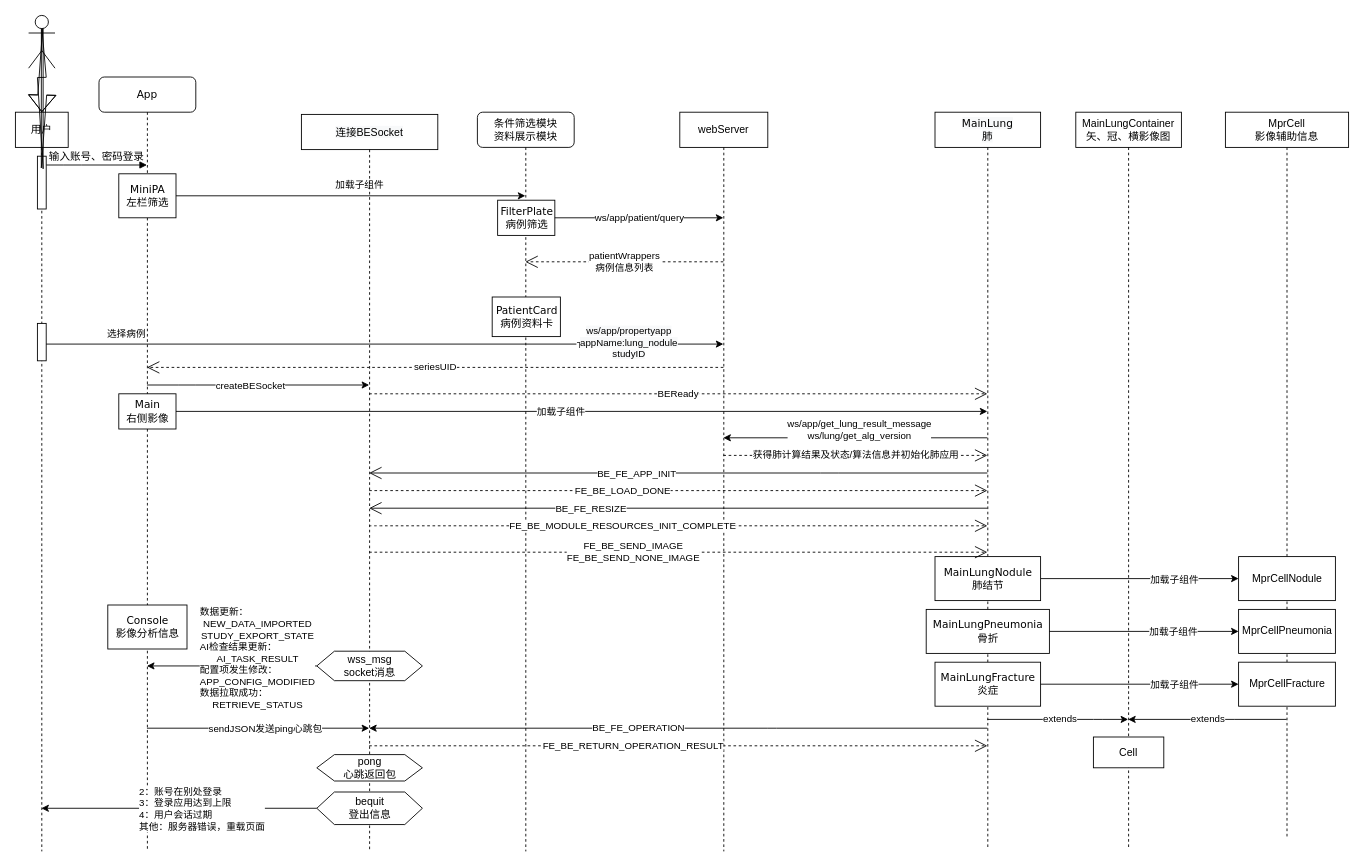
Above: Untitled Diagram.drawio in xingshijun/myBlog (draw.io), before the change. Source tidied: cells renumbered, new cells numbered last; positions are measured from the earlier drawing's top-left corner, leaving out a move shared by most shapes. Both pictures are drawn from the tidied source at 88%, with x=0, y=0 at pixel (15, 15).
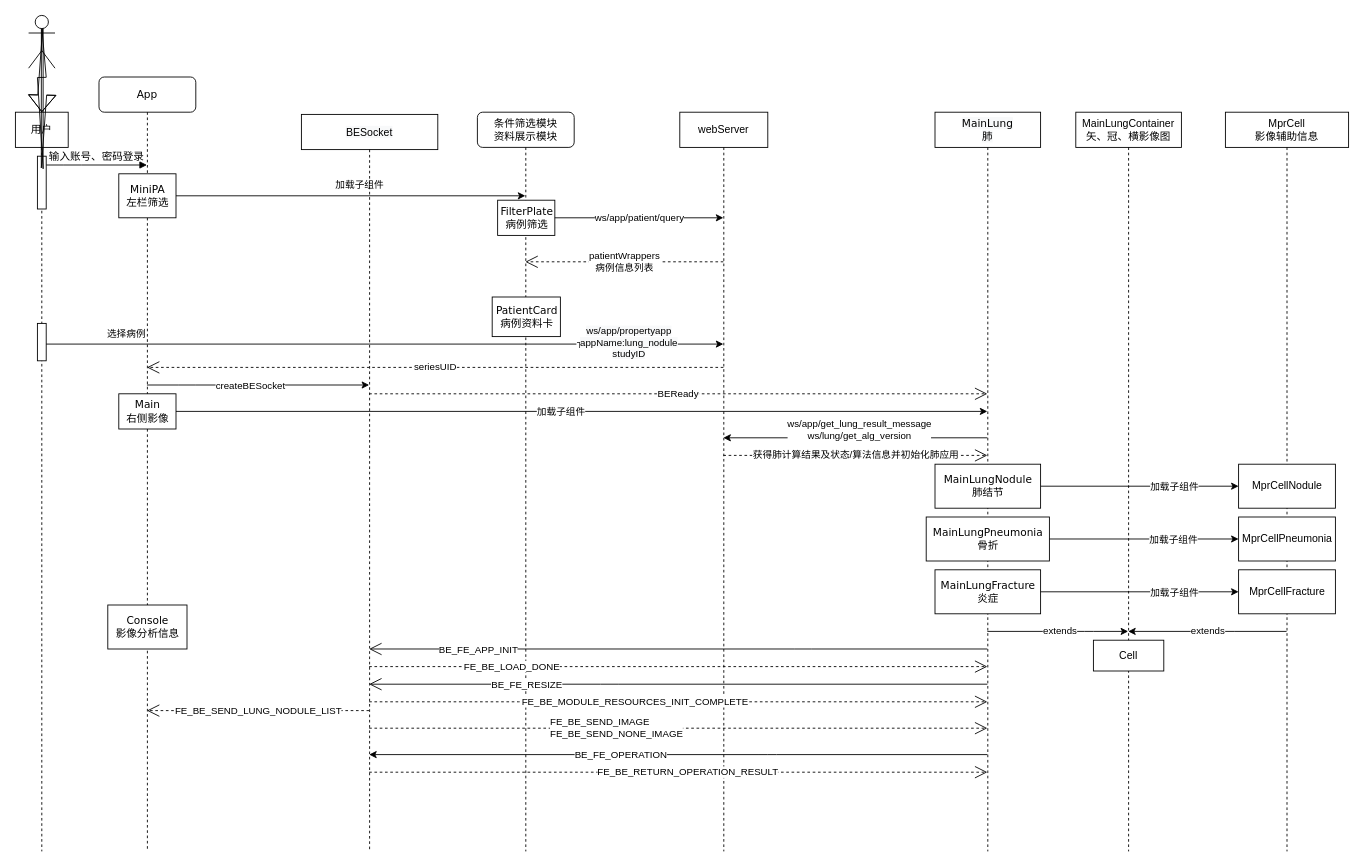
The same page after the edit.

Unchanged cells that the change refers to:
```xml
<mxCell id="5" value="App" style="shape=umlLifeline;perimeter=lifelinePerimeter;whiteSpace=wrap;html=1;outlineConnect=0;rounded=1;shadow=0;comic=0;labelBackgroundColor=none;strokeWidth=1;fontFamily=Verdana;fontSize=12;align=center;" parent="1" vertex="1">
  <mxGeometry x="95" y="70" width="110" height="880" as="geometry" />
</mxCell>
<mxCell id="39" value="用户" style="shape=umlLifeline;perimeter=lifelinePerimeter;whiteSpace=wrap;html=1;outlineConnect=0;" parent="1" vertex="1">
  <mxGeometry y="110" width="60" height="840" as="geometry" />
</mxCell>
```

Diff of the diagram source:
```diff
@@
     <mxCell id="13" value="extends" style="endArrow=classic;html=1;" parent="1" edge="1" source="30" target="28">
       <mxGeometry x="0.01" relative="1" as="geometry">
         <Array as="points">
-          <mxPoint x="1235" y="800" />
+          <mxPoint x="1215" y="700" />
         </Array>
         <mxPoint x="1" as="offset" />
       </mxGeometry>
     </mxCell>
@@
-    <mxCell id="18" style="endArrow=classic;html=1;" parent="1" edge="1" source="36" target="39">
-      <mxGeometry relative="1" as="geometry" />
-    </mxCell>
-    <mxCell id="19" value="&lt;div style=&quot;text-align: left&quot;&gt;2：账号在别处登录&lt;/div&gt;&lt;div style=&quot;text-align: left&quot;&gt;3：登录应用达到上限&lt;/div&gt;&lt;div style=&quot;text-align: left&quot;&gt;4：用户会话过期&lt;/div&gt;&lt;div style=&quot;text-align: left&quot;&gt;其他：服务器错误，重载页面&lt;/div&gt;" style="edgeLabel;html=1;align=center;verticalAlign=middle;" parent="18" vertex="1">
-      <mxGeometry x="-0.28" relative="1" as="geometry">
-        <mxPoint x="-18" as="offset" />
-      </mxGeometry>
-    </mxCell>
-    <mxCell id="20" style="endArrow=classic;html=1;" parent="1" edge="1" source="38" target="5">
-      <mxGeometry relative="1" as="geometry" />
-    </mxCell>
-    <mxCell id="21" value="&lt;div style=&quot;text-align: left&quot;&gt;数据更新：&lt;/div&gt;NEW_DATA_IMPORTED&lt;br&gt;&lt;span style=&quot;font-size: 11px&quot;&gt;STUDY_EXPORT_STATE&lt;br&gt;&lt;div style=&quot;text-align: left&quot;&gt;AI检查结果更新：&lt;/div&gt;&lt;/span&gt;AI_TASK_RESULT&lt;br&gt;&lt;div style=&quot;text-align: left&quot;&gt;配置项发生修改：&lt;/div&gt;&lt;div&gt;&lt;span style=&quot;font-size: 11px&quot;&gt;APP_CONFIG_MODIFIED&lt;/span&gt;&lt;br&gt;&lt;/div&gt;&lt;div style=&quot;text-align: left&quot;&gt;&lt;span style=&quot;font-size: 11px&quot;&gt;数据拉取成功：&lt;/span&gt;&lt;/div&gt;&lt;div&gt;&lt;span style=&quot;font-size: 11px&quot;&gt;RETRIEVE_STATUS&lt;/span&gt;&lt;br&gt;&lt;/div&gt;" style="edgeLabel;html=1;align=center;verticalAlign=middle;" parent="20" vertex="1">
-      <mxGeometry x="-0.21" y="1" relative="1" as="geometry">
-        <mxPoint x="8" y="-10" as="offset" />
-      </mxGeometry>
-    </mxCell>
@@
     <mxCell id="24" value="MprCell&lt;br&gt;影像辅助信息" style="shape=umlLifeline;perimeter=lifelinePerimeter;whiteSpace=wrap;html=1;outlineConnect=0;" parent="1" vertex="1">
-      <mxGeometry x="1375" y="110" width="140" height="825" as="geometry" />
+      <mxGeometry x="1375" y="110" width="140" height="840" as="geometry" />
     </mxCell>
     <mxCell id="25" value="MprCellNodule" style="html=1;" parent="24" vertex="1">
-      <mxGeometry x="15" y="505" width="110" height="50" as="geometry" />
+      <mxGeometry x="15" y="400" width="110" height="50" as="geometry" />
     </mxCell>
     <mxCell id="26" value="MprCellFracture" style="html=1;" parent="24" vertex="1">
-      <mxGeometry x="15" y="625" width="110" height="50" as="geometry" />
+      <mxGeometry x="15" y="520" width="110" height="50" as="geometry" />
     </mxCell>
     <mxCell id="27" value="MprCellPneumonia" style="html=1;" parent="24" vertex="1">
-      <mxGeometry x="15" y="565" width="110" height="50" as="geometry" />
+      <mxGeometry x="15" y="460" width="110" height="50" as="geometry" />
     </mxCell>
     <mxCell id="28" value="&lt;span style=&quot;font-family: &amp;#34;helvetica&amp;#34;&quot;&gt;MainLungContainer&lt;br&gt;&lt;/span&gt;矢、冠、横影像图" style="shape=umlLifeline;perimeter=lifelinePerimeter;whiteSpace=wrap;html=1;outlineConnect=0;" parent="1" vertex="1">
-      <mxGeometry x="1205" y="110" width="120" height="835" as="geometry" />
+      <mxGeometry x="1205" y="110" width="120" height="840" as="geometry" />
     </mxCell>
     <mxCell id="29" value="Cell" style="rounded=0;whiteSpace=wrap;html=1;" parent="28" vertex="1">
-      <mxGeometry x="20" y="710" width="80" height="35" as="geometry" />
+      <mxGeometry x="20" y="600" width="80" height="35" as="geometry" />
     </mxCell>
     <mxCell id="30" value="&#10;&#10;&lt;span style=&quot;color: rgb(0, 0, 0); font-family: verdana; font-size: 12px; font-style: normal; font-weight: 400; letter-spacing: normal; text-align: center; text-indent: 0px; text-transform: none; word-spacing: 0px; background-color: rgb(248, 249, 250); display: inline; float: none;&quot;&gt;MainLung&lt;/span&gt;&lt;br style=&quot;color: rgb(0, 0, 0); font-family: verdana; font-size: 12px; font-style: normal; font-weight: 400; letter-spacing: normal; text-align: center; text-indent: 0px; text-transform: none; word-spacing: 0px; background-color: rgb(248, 249, 250);&quot;&gt;&lt;span style=&quot;color: rgb(0, 0, 0); font-family: verdana; font-size: 12px; font-style: normal; font-weight: 400; letter-spacing: normal; text-align: center; text-indent: 0px; text-transform: none; word-spacing: 0px; background-color: rgb(248, 249, 250); display: inline; float: none;&quot;&gt;肺&lt;/span&gt;&#10;&#10;" style="shape=umlLifeline;perimeter=lifelinePerimeter;whiteSpace=wrap;html=1;outlineConnect=0;" parent="1" vertex="1">
-      <mxGeometry x="1045" y="110" width="120" height="835" as="geometry" />
+      <mxGeometry x="1045" y="110" width="120" height="840" as="geometry" />
     </mxCell>
     <mxCell id="31" value="MainLungNodule&lt;br&gt;肺结节" style="html=1;points=[];perimeter=orthogonalPerimeter;rounded=0;shadow=0;comic=0;labelBackgroundColor=none;strokeWidth=1;fontFamily=Verdana;fontSize=12;align=center;" parent="30" vertex="1">
-      <mxGeometry y="505" width="120" height="50" as="geometry" />
+      <mxGeometry y="400" width="120" height="50" as="geometry" />
     </mxCell>
     <mxCell id="32" value="MainLungPneumonia&lt;br&gt;骨折" style="html=1;points=[];perimeter=orthogonalPerimeter;rounded=0;shadow=0;comic=0;labelBackgroundColor=none;strokeWidth=1;fontFamily=Verdana;fontSize=12;align=center;" parent="30" vertex="1">
-      <mxGeometry x="-10" y="565" width="140" height="50" as="geometry" />
+      <mxGeometry x="-10" y="460" width="140" height="50" as="geometry" />
     </mxCell>
     <mxCell id="33" value="MainLungFracture&lt;br&gt;炎症" style="html=1;points=[];perimeter=orthogonalPerimeter;rounded=0;shadow=0;comic=0;labelBackgroundColor=none;strokeWidth=1;fontFamily=Verdana;fontSize=12;align=center;" parent="30" vertex="1">
-      <mxGeometry y="625" width="120" height="50" as="geometry" />
+      <mxGeometry y="520" width="120" height="50" as="geometry" />
     </mxCell>
@@
-    <mxCell id="35" value="&lt;span style=&quot;color: rgb(0 , 0 , 0) ; font-family: &amp;#34;helvetica&amp;#34; ; font-size: 12px ; font-style: normal ; font-weight: 400 ; letter-spacing: normal ; text-align: center ; text-indent: 0px ; text-transform: none ; word-spacing: 0px ; background-color: rgb(248 , 249 , 250) ; display: inline ; float: none&quot;&gt;连接BESocket&lt;/span&gt;" style="shape=umlLifeline;perimeter=lifelinePerimeter;whiteSpace=wrap;html=1;outlineConnect=0;" parent="1" vertex="1">
+    <mxCell id="35" value="&lt;span style=&quot;color: rgb(0 , 0 , 0) ; font-family: &amp;#34;helvetica&amp;#34; ; font-size: 12px ; font-style: normal ; font-weight: 400 ; letter-spacing: normal ; text-align: center ; text-indent: 0px ; text-transform: none ; word-spacing: 0px ; background-color: rgb(248 , 249 , 250) ; display: inline ; float: none&quot;&gt;BESocket&lt;/span&gt;" style="shape=umlLifeline;perimeter=lifelinePerimeter;whiteSpace=wrap;html=1;outlineConnect=0;" parent="1" vertex="1">
       <mxGeometry x="325" y="112.5" width="155" height="837.5" as="geometry" />
     </mxCell>
-    <mxCell id="36" value="bequit&lt;br&gt;登出信息" style="shape=hexagon;perimeter=hexagonPerimeter2;whiteSpace=wrap;html=1;fixedSize=1;" parent="35" vertex="1">
-      <mxGeometry x="17.5" y="770" width="120" height="37" as="geometry" />
-    </mxCell>
-    <mxCell id="37" value="pong&lt;br&gt;心跳返回包" style="shape=hexagon;perimeter=hexagonPerimeter2;whiteSpace=wrap;html=1;fixedSize=1;" parent="35" vertex="1">
-      <mxGeometry x="17.5" y="727.5" width="120" height="30" as="geometry" />
-    </mxCell>
-    <mxCell id="38" value="wss_msg&lt;br&gt;socket消息" style="shape=hexagon;perimeter=hexagonPerimeter2;whiteSpace=wrap;html=1;fixedSize=1;" parent="35" vertex="1">
-      <mxGeometry x="17.5" y="610" width="120" height="33.5" as="geometry" />
-    </mxCell>
@@
     <mxCell id="48" value="extends" style="endArrow=classic;html=1;" parent="1" edge="1" source="24" target="28">
       <mxGeometry x="0.01" relative="1" as="geometry">
         <Array as="points">
-          <mxPoint x="1385" y="800" />
+          <mxPoint x="1385" y="700" />
         </Array>
         <mxPoint x="1" as="offset" />
       </mxGeometry>
     </mxCell>
     <mxCell id="49" style="endArrow=open;endFill=1;endSize=12;html=1;" parent="1" edge="1" source="30" target="35">
       <mxGeometry relative="1" as="geometry">
         <Array as="points">
-          <mxPoint x="665" y="560" />
+          <mxPoint x="675" y="760" />
         </Array>
       </mxGeometry>
     </mxCell>
     <mxCell id="50" value="BE_FE_RESIZE" style="edgeLabel;html=1;align=center;verticalAlign=middle;" parent="49" vertex="1">
       <mxGeometry x="0.02" y="1" relative="1" as="geometry">
-        <mxPoint x="-93" y="-1" as="offset" />
+        <mxPoint x="-166" y="-1" as="offset" />
       </mxGeometry>
     </mxCell>
-    <mxCell id="51" style="endArrow=classic;html=1;" parent="1" edge="1" source="5" target="35">
-      <mxGeometry relative="1" as="geometry">
-        <Array as="points">
-          <mxPoint x="255" y="810" />
-        </Array>
-      </mxGeometry>
-    </mxCell>
-    <mxCell id="52" value="sendJSON发送ping心跳包" style="edgeLabel;html=1;align=center;verticalAlign=middle;" parent="51" vertex="1">
-      <mxGeometry x="0.31" relative="1" as="geometry">
-        <mxPoint x="-31" as="offset" />
-      </mxGeometry>
-    </mxCell>
@@
     <mxCell id="58" style="endArrow=open;endFill=1;endSize=12;html=1;" parent="1" edge="1" source="30" target="35">
       <mxGeometry relative="1" as="geometry">
         <Array as="points">
-          <mxPoint x="925" y="520" />
+          <mxPoint x="895" y="720" />
         </Array>
       </mxGeometry>
     </mxCell>
     <mxCell id="59" value="BE_FE_APP_INIT" style="edgeLabel;html=1;align=center;verticalAlign=middle;" parent="58" vertex="1">
       <mxGeometry x="0.02" y="1" relative="1" as="geometry">
-        <mxPoint x="-41" y="-1" as="offset" />
+        <mxPoint x="-221" y="-1" as="offset" />
       </mxGeometry>
     </mxCell>
@@
     <mxCell id="62" value="FE_BE_LOAD_DONE" style="endArrow=open;endSize=12;dashed=1;html=1;" parent="1" edge="1" source="35" target="30">
-      <mxGeometry x="-0.18" relative="1" as="geometry">
+      <mxGeometry x="-0.54" relative="1" as="geometry">
         <Array as="points">
-          <mxPoint x="535" y="540" />
+          <mxPoint x="555" y="740" />
         </Array>
       </mxGeometry>
     </mxCell>
@@
     <mxCell id="65" value="FE_BE_MODULE_RESOURCES_INIT_COMPLETE" style="endArrow=open;endSize=12;dashed=1;html=1;" parent="1" edge="1" source="35" target="30">
-      <mxGeometry x="-0.18" relative="1" as="geometry">
+      <mxGeometry x="-0.14" relative="1" as="geometry">
         <Array as="points">
-          <mxPoint x="405" y="580" />
+          <mxPoint x="565" y="780" />
         </Array>
       </mxGeometry>
     </mxCell>
-    <mxCell id="66" value="FE_BE_SEND_IMAGE&lt;br&gt;&lt;span style=&quot;font-size: 11px&quot;&gt;FE_BE_SEND_NONE_IMAGE&lt;/span&gt;" style="endArrow=open;endSize=12;dashed=1;html=1;" parent="1" edge="1" source="35" target="30">
-      <mxGeometry x="-0.15" relative="1" as="geometry">
+    <mxCell id="66" value="FE_BE_SEND_IMAGE&lt;br&gt;&lt;span style=&quot;font-size: 11px&quot;&gt;FE_BE_SEND_NONE_IMAGE&lt;/span&gt;" style="endArrow=open;endSize=12;dashed=1;html=1;align=left;" parent="1" edge="1" source="35" target="30">
+      <mxGeometry x="-0.42" relative="1" as="geometry">
         <Array as="points">
-          <mxPoint x="625" y="610" />
+          <mxPoint x="625" y="810" />
         </Array>
-        <mxPoint x="1" as="offset" />
       </mxGeometry>
     </mxCell>
     <mxCell id="67" value="BE_FE_OPERATION" style="endArrow=classic;html=1;" parent="1" edge="1" source="30" target="35">
-      <mxGeometry x="0.13" relative="1" as="geometry">
+      <mxGeometry x="0.19" relative="1" as="geometry">
         <Array as="points">
-          <mxPoint x="855" y="810" />
+          <mxPoint x="855" y="840" />
         </Array>
+        <mxPoint x="1" as="offset" />
       </mxGeometry>
     </mxCell>
     <mxCell id="68" value="FE_BE_RETURN_OPERATION_RESULT" style="endArrow=open;endSize=12;dashed=1;html=1;" parent="1" edge="1" source="35" target="30">
-      <mxGeometry x="-0.15" relative="1" as="geometry">
+      <mxGeometry x="0.03" relative="1" as="geometry">
         <Array as="points">
-          <mxPoint x="785" y="830" />
+          <mxPoint x="785" y="860" />
         </Array>
-        <mxPoint x="1" as="offset" />
       </mxGeometry>
     </mxCell>
+    <mxCell id="69" value="FE_BE_SEND_LUNG_NODULE_LIST" style="endArrow=open;endSize=12;dashed=1;html=1;" parent="1" edge="1" source="35" target="5">
+      <mxGeometry relative="1" as="geometry">
+        <Array as="points">
+          <mxPoint x="285" y="790" />
+        </Array>
+      </mxGeometry>
+    </mxCell>
```
